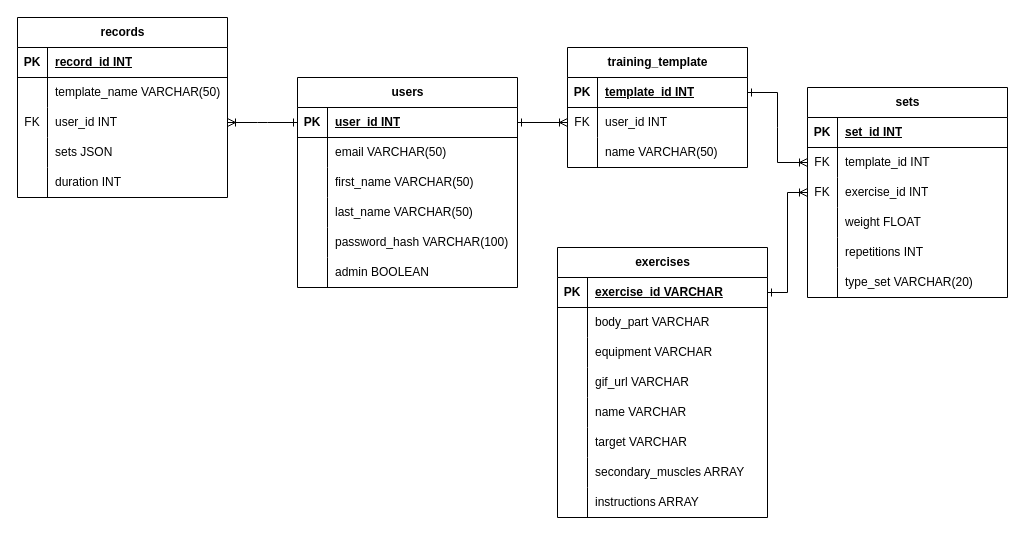
Earlier version of the draw.io diagram gym_app_diagram.drawio (NavarroEmiliano/fitforge-server). Source tidied: cells renumbered, new cells numbered last; positions are measured from the earlier drawing's top-left corner, leaving out a move shared by most shapes. Both pictures are drawn from the tidied source at 100%, with x=0, y=0 at pixel (17, 17).
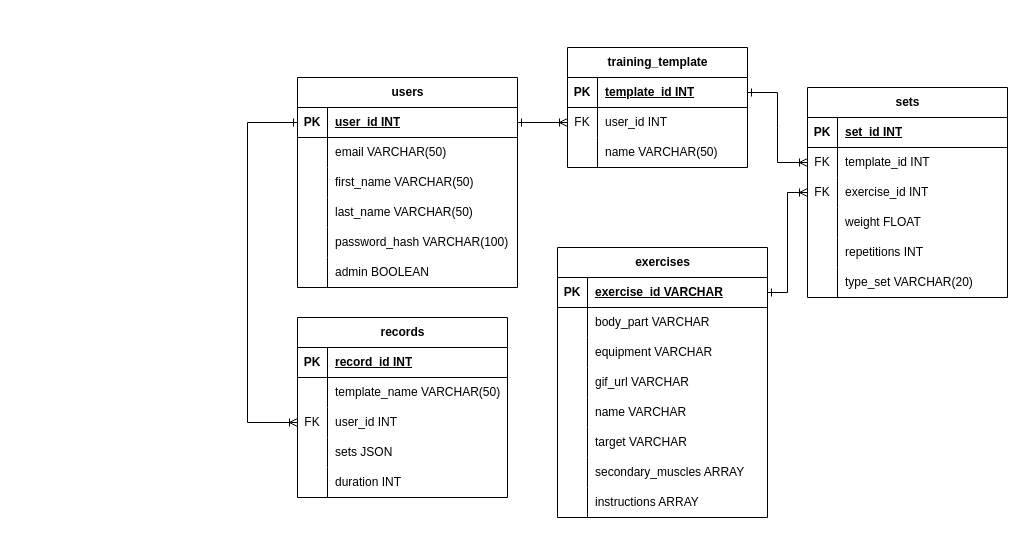
After the change.

The change refers to these unchanged cells:
```xml
<mxCell id="3" style="shape=tableRow;horizontal=0;startSize=0;swimlaneHead=0;swimlaneBody=0;fillColor=none;points=[[0,0.5],[1,0.5]];portConstraint=eastwest;top=0;left=0;right=0;bottom=1;" parent="2" vertex="1">
  <mxGeometry y="30" width="220" height="30" as="geometry" />
</mxCell>
<mxCell id="83" style="shape=tableRow;horizontal=0;startSize=0;swimlaneHead=0;swimlaneBody=0;fillColor=none;points=[[0,0.5],[1,0.5]];portConstraint=eastwest;top=0;left=0;right=0;bottom=0;" parent="76" vertex="1">
  <mxGeometry y="90" width="210" height="30" as="geometry" />
</mxCell>
```

Diff of the diagram source:
```diff
@@
     <mxCell id="76" value="records" style="shape=table;startSize=30;childLayout=tableLayout;rowLines=0;fontStyle=1;align=center;html=1;" parent="1" vertex="1">
-      <mxGeometry width="210" height="180" as="geometry" />
+      <mxGeometry x="280" y="300" width="210" height="180" as="geometry" />
     </mxCell>
@@
-    <mxCell id="94" style="edgeStyle=entityRelationEdgeStyle;rounded=0;jettySize=auto;html=1;exitX=1;exitY=0.5;exitDx=0;exitDy=0;entryX=0;entryY=0.5;entryDx=0;entryDy=0;endArrow=ERone;endFill=0;startArrow=ERoneToMany;startFill=0;" parent="1" edge="1" source="83" target="3">
-      <mxGeometry relative="1" as="geometry" />
+    <mxCell id="94" style="edgeStyle=elbowEdgeStyle;rounded=0;jettySize=auto;html=1;entryX=0;entryY=0.5;entryDx=0;entryDy=0;endArrow=ERone;endFill=0;startArrow=ERoneToMany;startFill=0;exitX=0;exitY=0.5;exitDx=0;exitDy=0;" parent="1" edge="1" source="83" target="3">
+      <mxGeometry relative="1" as="geometry">
+        <Array as="points">
+          <mxPoint x="230" y="230" />
+        </Array>
+      </mxGeometry>
     </mxCell>
```
